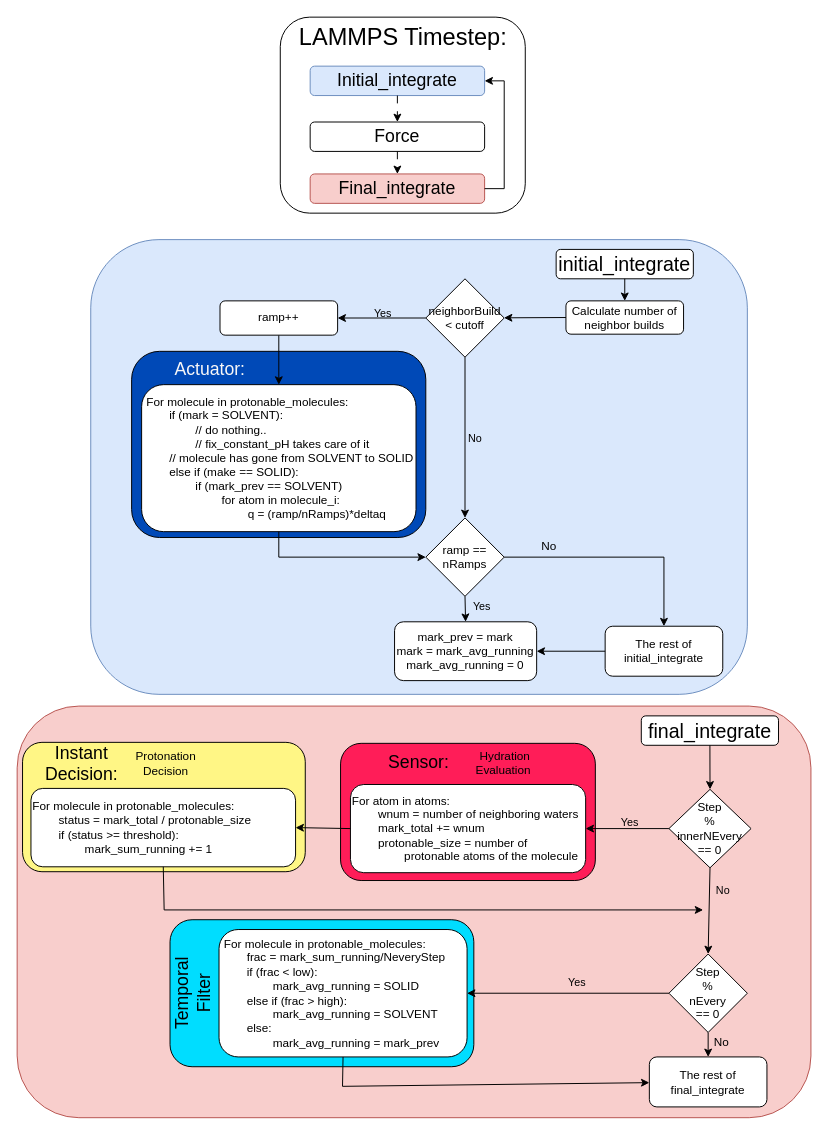
Before: src/CONSTANT_PH/docs/ConstantpH-UML.drawio in MahdiTavakol/lammps-Constant-pH, a draw.io diagram. Source tidied: cells renumbered, new cells numbered last; positions are measured from the earlier drawing's top-left corner, leaving out a move shared by most shapes. Both pictures are drawn from the tidied source at 98%, with x=0, y=0 at pixel (17, 17).
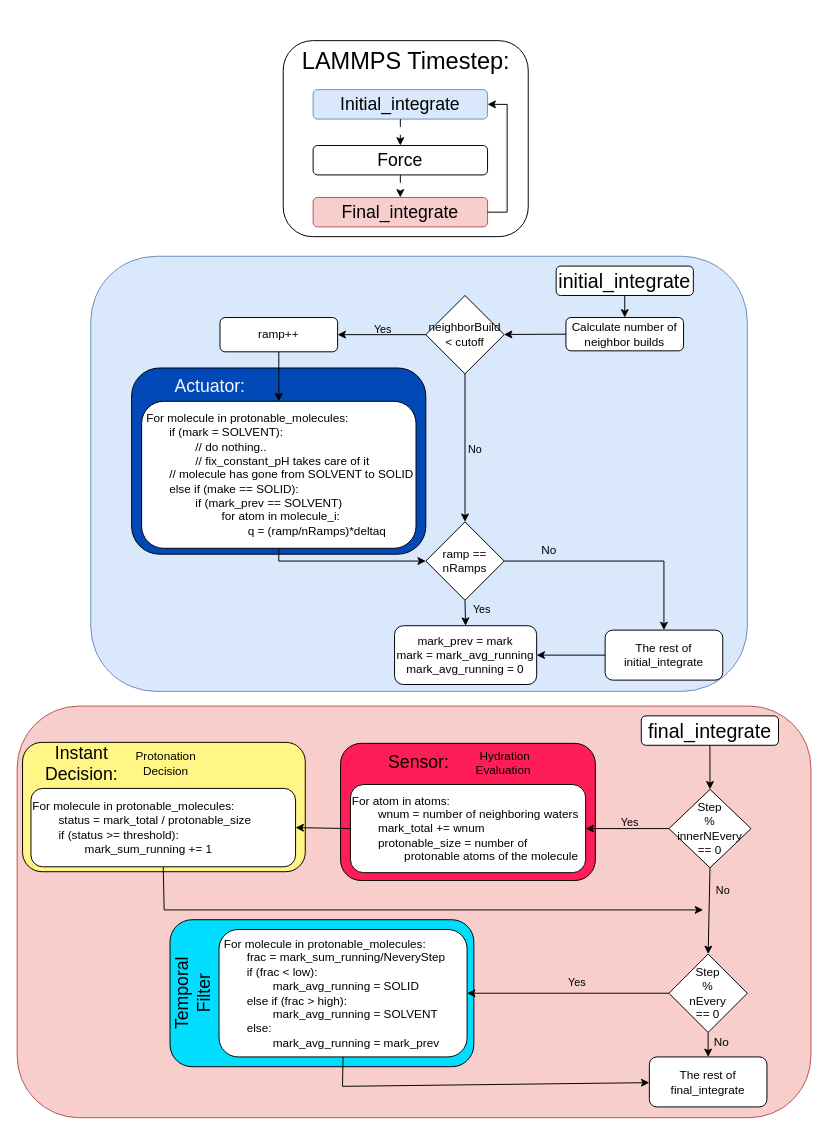
The same diagram, later.

The edit, as a diff of the source:
```diff
@@
     <mxCell id="6" style="rounded=1;whiteSpace=wrap;html=1;fillColor=#dae8fc;strokeColor=#6c8ebf;" parent="1" vertex="1">
-      <mxGeometry x="75.1" y="227" width="670" height="464" as="geometry" />
+      <mxGeometry x="75.1" y="244" width="670" height="444" as="geometry" />
     </mxCell>
     <mxCell id="7" style="rounded=1;whiteSpace=wrap;html=1;fillColor=#0049B7;" parent="1" vertex="1">
-      <mxGeometry x="116.8" y="341" width="300.2" height="190" as="geometry" />
+      <mxGeometry x="116.8" y="358" width="300.2" height="190" as="geometry" />
     </mxCell>
@@
     <mxCell id="23" value="Calculate number of neighbor builds" style="rounded=1;whiteSpace=wrap;html=1;" parent="1" vertex="1">
-      <mxGeometry x="560" y="289.5" width="120" height="34" as="geometry" />
+      <mxGeometry x="560" y="306.5" width="120" height="34" as="geometry" />
     </mxCell>
@@
     <mxCell id="25" value="neighborBuild &amp;lt; cutoff" style="rhombus;whiteSpace=wrap;html=1;" parent="1" vertex="1">
-      <mxGeometry x="417" y="267" width="80" height="80" as="geometry" />
+      <mxGeometry x="417" y="284" width="80" height="80" as="geometry" />
     </mxCell>
@@
     <mxCell id="30" value="&amp;nbsp;For molecule in protonable_molecules:&lt;div&gt;&lt;span style=&quot;white-space: pre;&quot;&gt;&#9;&lt;/span&gt;if (mark = SOLVENT):&lt;br&gt;&lt;/div&gt;&lt;div&gt;&lt;span style=&quot;white-space: pre;&quot;&gt;&#9;&lt;/span&gt;&lt;span style=&quot;white-space: pre;&quot;&gt;&#9;&lt;/span&gt;// do nothing..&lt;br&gt;&lt;/div&gt;&lt;div&gt;&lt;span style=&quot;white-space: pre;&quot;&gt;&#9;&lt;span style=&quot;white-space: pre;&quot;&gt;&#9;&lt;/span&gt;// fix_constant_pH takes care of it&lt;/span&gt;&lt;br&gt;&lt;/div&gt;&lt;div&gt;&lt;span style=&quot;white-space: pre;&quot;&gt;&#9;&lt;/span&gt;// molecule has gone from SOLVENT to SOLID&lt;br&gt;&lt;/div&gt;&lt;div&gt;&lt;span style=&quot;white-space: pre;&quot;&gt;&#9;&lt;/span&gt;else if (make == SOLID):&lt;br&gt;&lt;/div&gt;&lt;div&gt;&lt;span style=&quot;white-space: pre;&quot;&gt;&#9;&lt;/span&gt;&lt;span style=&quot;white-space: pre;&quot;&gt;&#9;&lt;/span&gt;if (mark_prev == SOLVENT)&lt;br&gt;&lt;/div&gt;&lt;div&gt;&lt;span style=&quot;white-space: pre;&quot;&gt;&#9;&lt;/span&gt;&lt;span style=&quot;white-space: pre;&quot;&gt;&#9;&lt;span style=&quot;white-space: pre;&quot;&gt;&#9;&lt;/span&gt;&lt;/span&gt;for atom in molecule_i:&lt;br&gt;&lt;/div&gt;&lt;div&gt;&lt;span style=&quot;white-space: pre;&quot;&gt;&#9;&lt;/span&gt;&lt;span style=&quot;white-space: pre;&quot;&gt;&#9;&lt;span style=&quot;white-space: pre;&quot;&gt;&#9;&lt;span style=&quot;white-space: pre;&quot;&gt;&#9;&lt;/span&gt;&lt;/span&gt;&lt;/span&gt;q = (ramp/nRamps)*deltaq&lt;br&gt;&lt;/div&gt;" style="rounded=1;whiteSpace=wrap;html=1;align=left;" parent="1" vertex="1">
-      <mxGeometry x="127" y="375" width="280" height="150" as="geometry" />
+      <mxGeometry x="127" y="392" width="280" height="150" as="geometry" />
     </mxCell>
@@
     <mxCell id="32" value="ramp++" style="rounded=1;whiteSpace=wrap;html=1;" parent="1" vertex="1">
-      <mxGeometry x="207" y="289.5" width="120" height="35" as="geometry" />
+      <mxGeometry x="207" y="306.5" width="120" height="35" as="geometry" />
     </mxCell>
-    <mxCell id="33" style="endArrow=classic;html=1;rounded=0;exitX=0.5;exitY=1;exitDx=0;exitDy=0;entryX=0;entryY=0.5;entryDx=0;entryDy=0;" parent="1" edge="1" source="30" target="34">
+    <mxCell id="33" style="endArrow=classic;html=1;rounded=0;entryX=0;entryY=0.5;entryDx=0;entryDy=0;exitX=0.5;exitY=1;exitDx=0;exitDy=0;" parent="1" edge="1" source="30" target="34">
       <mxGeometry relative="1" as="geometry">
         <Array as="points">
-          <mxPoint x="267" y="551" />
+          <mxPoint x="267" y="555" />
         </Array>
       </mxGeometry>
     </mxCell>
     <mxCell id="34" value="ramp == nRamps" style="rhombus;whiteSpace=wrap;html=1;" parent="1" vertex="1">
-      <mxGeometry x="417" y="511" width="80" height="80" as="geometry" />
+      <mxGeometry x="417" y="515" width="80" height="80" as="geometry" />
     </mxCell>
@@
     <mxCell id="37" value="mark_prev = mark&lt;div&gt;mark = mark_avg_running&lt;/div&gt;&lt;div&gt;mark_avg_running = 0&lt;/div&gt;" style="rounded=1;whiteSpace=wrap;html=1;" parent="1" vertex="1">
-      <mxGeometry x="385.1" y="617" width="145" height="60" as="geometry" />
+      <mxGeometry x="385.1" y="621" width="145" height="60" as="geometry" />
     </mxCell>
     <mxCell id="38" style="endArrow=classic;html=1;rounded=0;exitX=1;exitY=0.5;exitDx=0;exitDy=0;entryX=0.5;entryY=0;entryDx=0;entryDy=0;" parent="1" edge="1" source="34" target="53">
       <mxGeometry relative="1" as="geometry">
         <Array as="points">
-          <mxPoint x="660" y="551" />
+          <mxPoint x="660" y="555" />
         </Array>
       </mxGeometry>
     </mxCell>
@@
     <mxCell id="40" value="No" style="text;html=1;whiteSpace=wrap;strokeColor=none;fillColor=none;align=center;verticalAlign=middle;rounded=0;" parent="1" vertex="1">
-      <mxGeometry x="513" y="525" width="60" height="30" as="geometry" />
+      <mxGeometry x="513" y="529" width="60" height="30" as="geometry" />
     </mxCell>
@@
     <mxCell id="43" value="&lt;font style=&quot;font-size: 24px;&quot;&gt;LAMMPS Timestep:&lt;/font&gt;&lt;div&gt;&lt;span style=&quot;font-size: 24px;&quot;&gt;&lt;br&gt;&lt;/span&gt;&lt;div&gt;&lt;br&gt;&lt;/div&gt;&lt;div&gt;&lt;br&gt;&lt;/div&gt;&lt;div&gt;&lt;br&gt;&lt;/div&gt;&lt;div&gt;&lt;br&gt;&lt;/div&gt;&lt;div&gt;&lt;br&gt;&lt;/div&gt;&lt;div&gt;&lt;br&gt;&lt;/div&gt;&lt;div&gt;&lt;br&gt;&lt;/div&gt;&lt;div&gt;&lt;br&gt;&lt;/div&gt;&lt;div&gt;&lt;br&gt;&lt;/div&gt;&lt;/div&gt;" style="rounded=1;whiteSpace=wrap;html=1;" parent="1" vertex="1">
-      <mxGeometry x="268.5" width="250" height="200" as="geometry" />
+      <mxGeometry x="271.5" y="24" width="250" height="200" as="geometry" />
     </mxCell>
     <mxCell id="44" value="&lt;font style=&quot;font-size: 18px;&quot;&gt;Initial_integrate&lt;/font&gt;" style="rounded=1;whiteSpace=wrap;html=1;fillColor=#dae8fc;strokeColor=#6c8ebf;" parent="1" vertex="1">
-      <mxGeometry x="299" y="50" width="178" height="30" as="geometry" />
+      <mxGeometry x="302" y="74" width="178" height="30" as="geometry" />
     </mxCell>
     <mxCell id="45" value="&lt;span style=&quot;font-size: 18px;&quot;&gt;Force&lt;/span&gt;" style="rounded=1;whiteSpace=wrap;html=1;" parent="1" vertex="1">
-      <mxGeometry x="299" y="107" width="178" height="30" as="geometry" />
+      <mxGeometry x="302" y="131" width="178" height="30" as="geometry" />
     </mxCell>
     <mxCell id="46" value="&lt;font style=&quot;font-size: 18px;&quot;&gt;Final_integrate&lt;/font&gt;" style="rounded=1;whiteSpace=wrap;html=1;fillColor=#f8cecc;strokeColor=#b85450;" parent="1" vertex="1">
-      <mxGeometry x="299" y="160" width="178" height="30" as="geometry" />
+      <mxGeometry x="302" y="184" width="178" height="30" as="geometry" />
     </mxCell>
     <mxCell id="47" style="endArrow=classic;html=1;rounded=0;exitX=1;exitY=0.5;exitDx=0;exitDy=0;entryX=1;entryY=0.5;entryDx=0;entryDy=0;" parent="1" edge="1" source="46" target="44">
       <mxGeometry relative="1" as="geometry">
         <Array as="points">
-          <mxPoint x="497" y="175" />
-          <mxPoint x="497" y="65" />
+          <mxPoint x="500" y="199" />
+          <mxPoint x="500" y="89" />
         </Array>
       </mxGeometry>
     </mxCell>
@@
     <mxCell id="53" value="The rest of initial_integrate" style="rounded=1;whiteSpace=wrap;html=1;" parent="1" vertex="1">
-      <mxGeometry x="600" y="621.5" width="120" height="51" as="geometry" />
+      <mxGeometry x="600" y="625.5" width="120" height="51" as="geometry" />
     </mxCell>
@@
     <mxCell id="55" value="&lt;font style=&quot;font-size: 20px;&quot;&gt;initial_integrate&lt;/font&gt;" style="rounded=1;whiteSpace=wrap;html=1;" parent="1" vertex="1">
-      <mxGeometry x="550" y="237" width="140" height="30" as="geometry" />
+      <mxGeometry x="550" y="254" width="140" height="30" as="geometry" />
     </mxCell>
@@
     <mxCell id="60" value="&lt;font style=&quot;font-size: 18px; color: light-dark(rgb(248, 247, 247), rgb(237, 237, 237));&quot;&gt;Actuator:&lt;/font&gt;" style="text;html=1;whiteSpace=wrap;strokeColor=none;fillColor=none;align=center;verticalAlign=middle;rounded=0;" parent="1" vertex="1">
-      <mxGeometry x="145.1" y="345" width="104" height="30" as="geometry" />
+      <mxGeometry x="145.1" y="362" width="104" height="30" as="geometry" />
     </mxCell>
```
